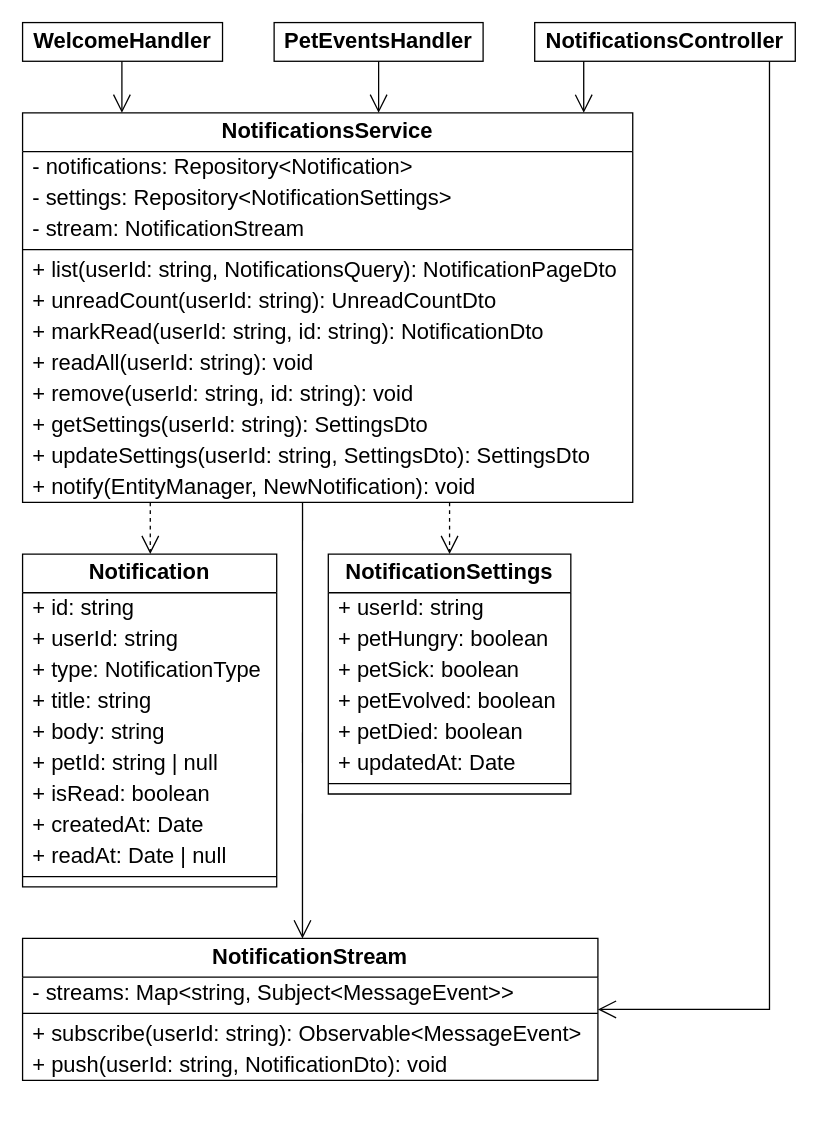
Shaherezada/tamagotchi keeps this draw.io diagram as page "Классы: notifications-service" (8 of 10) of docs/diagrams/Проектирование.drawio. Above is the earlier version. Source tidied: cells renumbered, new cells numbered last; positions are measured from the earlier drawing's top-left corner, leaving out a move shared by most shapes. Both pictures are drawn from the tidied source at 129%, with x=0, y=0 at pixel (22, 22).
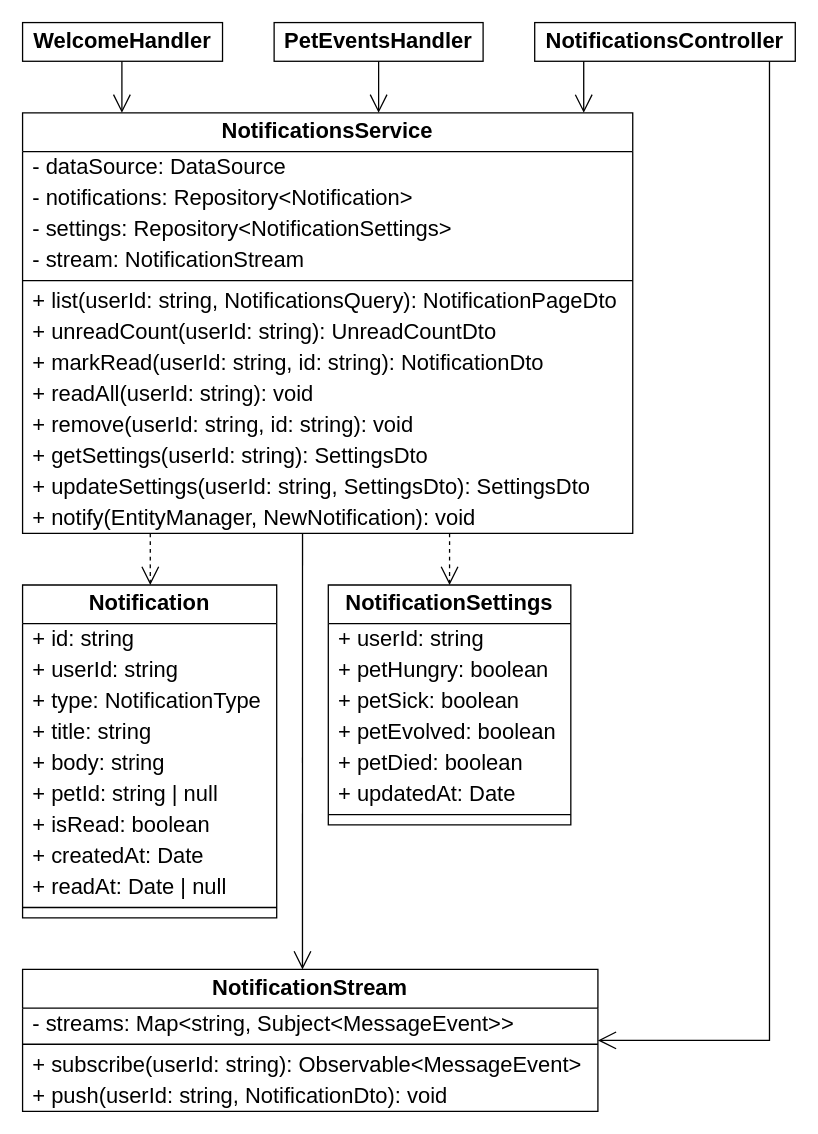
The same page after the edit.

Unchanged cells that the change refers to:
```xml
<mxCell id="4" value="&lt;b&gt;NotificationsController&lt;/b&gt;" style="rounded=0;whiteSpace=wrap;html=1;fillColor=#FFFFFF;fontStyle=0;strokeColor=#000000;fontColor=#000000;fontFamily=Arial;fontSize=17;" parent="1" vertex="1">
  <mxGeometry x="397" width="202" height="30" as="geometry" />
</mxCell>
```

What changed in the source:
```diff
@@
     <mxCell id="5" value="NotificationsService" style="swimlane;fontStyle=1;align=center;verticalAlign=middle;horizontal=1;startSize=30;whiteSpace=wrap;html=1;fillColor=#FFFFFF;swimlaneFillColor=#FFFFFF;strokeColor=#000000;fontColor=#000000;fontFamily=Arial;fontSize=17;" parent="1" vertex="1">
-      <mxGeometry y="70" width="473" height="302" as="geometry" />
+      <mxGeometry y="70" width="473" height="326" as="geometry" />
     </mxCell>
-    <mxCell id="6" value="- notifications: Repository&amp;lt;Notification&amp;gt;" style="text;strokeColor=none;fillColor=none;align=left;verticalAlign=middle;spacingLeft=6;spacingRight=4;overflow=hidden;whiteSpace=wrap;html=1;fontColor=#000000;fontFamily=Arial;fontSize=17;" parent="5" vertex="1">
+    <mxCell id="6" value="- dataSource: DataSource" style="text;strokeColor=none;fillColor=none;align=left;verticalAlign=middle;spacingLeft=6;spacingRight=4;overflow=hidden;whiteSpace=wrap;html=1;fontColor=#000000;fontFamily=Arial;fontSize=17;" parent="5" vertex="1">
       <mxGeometry y="30" width="473" height="24" as="geometry" />
     </mxCell>
-    <mxCell id="7" value="- settings: Repository&amp;lt;NotificationSettings&amp;gt;" style="text;strokeColor=none;fillColor=none;align=left;verticalAlign=middle;spacingLeft=6;spacingRight=4;overflow=hidden;whiteSpace=wrap;html=1;fontColor=#000000;fontFamily=Arial;fontSize=17;" parent="5" vertex="1">
+    <mxCell id="7" value="- notifications: Repository&amp;lt;Notification&amp;gt;" style="text;strokeColor=none;fillColor=none;align=left;verticalAlign=middle;spacingLeft=6;spacingRight=4;overflow=hidden;whiteSpace=wrap;html=1;fontColor=#000000;fontFamily=Arial;fontSize=17;" parent="5" vertex="1">
       <mxGeometry y="54" width="473" height="24" as="geometry" />
     </mxCell>
-    <mxCell id="8" value="- stream: NotificationStream" style="text;strokeColor=none;fillColor=none;align=left;verticalAlign=middle;spacingLeft=6;spacingRight=4;overflow=hidden;whiteSpace=wrap;html=1;fontColor=#000000;fontFamily=Arial;fontSize=17;" parent="5" vertex="1">
+    <mxCell id="8" value="- settings: Repository&amp;lt;NotificationSettings&amp;gt;" style="text;strokeColor=none;fillColor=none;align=left;verticalAlign=middle;spacingLeft=6;spacingRight=4;overflow=hidden;whiteSpace=wrap;html=1;fontColor=#000000;fontFamily=Arial;fontSize=17;" parent="5" vertex="1">
       <mxGeometry y="78" width="473" height="24" as="geometry" />
     </mxCell>
+    <mxCell id="51" value="- stream: NotificationStream" style="text;strokeColor=none;fillColor=none;align=left;verticalAlign=middle;spacingLeft=6;spacingRight=4;overflow=hidden;whiteSpace=wrap;html=1;fontColor=#000000;fontFamily=Arial;fontSize=17;" parent="5" vertex="1">
+      <mxGeometry y="102" width="473" height="24" as="geometry" />
+    </mxCell>
     <mxCell id="9" style="line;strokeWidth=1;fillColor=none;align=left;verticalAlign=middle;spacingTop=-1;spacingLeft=3;spacingRight=3;labelPosition=right;strokeColor=#000000;" parent="5" vertex="1">
-      <mxGeometry y="102" width="473" height="8" as="geometry" />
+      <mxGeometry y="126" width="473" height="8" as="geometry" />
     </mxCell>
     <mxCell id="10" value="+ list(userId: string, NotificationsQuery): NotificationPageDto" style="text;strokeColor=none;fillColor=none;align=left;verticalAlign=middle;spacingLeft=6;spacingRight=4;overflow=hidden;whiteSpace=wrap;html=1;fontColor=#000000;fontFamily=Arial;fontSize=17;" parent="5" vertex="1">
-      <mxGeometry y="110" width="473" height="24" as="geometry" />
+      <mxGeometry y="134" width="473" height="24" as="geometry" />
     </mxCell>
     <mxCell id="11" value="+ unreadCount(userId: string): UnreadCountDto" style="text;strokeColor=none;fillColor=none;align=left;verticalAlign=middle;spacingLeft=6;spacingRight=4;overflow=hidden;whiteSpace=wrap;html=1;fontColor=#000000;fontFamily=Arial;fontSize=17;" parent="5" vertex="1">
-      <mxGeometry y="134" width="473" height="24" as="geometry" />
+      <mxGeometry y="158" width="473" height="24" as="geometry" />
     </mxCell>
     <mxCell id="12" value="+ markRead(userId: string, id: string): NotificationDto" style="text;strokeColor=none;fillColor=none;align=left;verticalAlign=middle;spacingLeft=6;spacingRight=4;overflow=hidden;whiteSpace=wrap;html=1;fontColor=#000000;fontFamily=Arial;fontSize=17;" parent="5" vertex="1">
-      <mxGeometry y="158" width="473" height="24" as="geometry" />
+      <mxGeometry y="182" width="473" height="24" as="geometry" />
     </mxCell>
     <mxCell id="13" value="+ readAll(userId: string): void" style="text;strokeColor=none;fillColor=none;align=left;verticalAlign=middle;spacingLeft=6;spacingRight=4;overflow=hidden;whiteSpace=wrap;html=1;fontColor=#000000;fontFamily=Arial;fontSize=17;" parent="5" vertex="1">
-      <mxGeometry y="182" width="473" height="24" as="geometry" />
+      <mxGeometry y="206" width="473" height="24" as="geometry" />
     </mxCell>
     <mxCell id="14" value="+ remove(userId: string, id: string): void" style="text;strokeColor=none;fillColor=none;align=left;verticalAlign=middle;spacingLeft=6;spacingRight=4;overflow=hidden;whiteSpace=wrap;html=1;fontColor=#000000;fontFamily=Arial;fontSize=17;" parent="5" vertex="1">
-      <mxGeometry y="206" width="473" height="24" as="geometry" />
+      <mxGeometry y="230" width="473" height="24" as="geometry" />
     </mxCell>
     <mxCell id="15" value="+ getSettings(userId: string): SettingsDto" style="text;strokeColor=none;fillColor=none;align=left;verticalAlign=middle;spacingLeft=6;spacingRight=4;overflow=hidden;whiteSpace=wrap;html=1;fontColor=#000000;fontFamily=Arial;fontSize=17;" parent="5" vertex="1">
-      <mxGeometry y="230" width="473" height="24" as="geometry" />
+      <mxGeometry y="254" width="473" height="24" as="geometry" />
     </mxCell>
     <mxCell id="16" value="+ updateSettings(userId: string, SettingsDto): SettingsDto" style="text;strokeColor=none;fillColor=none;align=left;verticalAlign=middle;spacingLeft=6;spacingRight=4;overflow=hidden;whiteSpace=wrap;html=1;fontColor=#000000;fontFamily=Arial;fontSize=17;" parent="5" vertex="1">
-      <mxGeometry y="254" width="473" height="24" as="geometry" />
+      <mxGeometry y="278" width="473" height="24" as="geometry" />
     </mxCell>
     <mxCell id="17" value="+ notify(EntityManager, NewNotification): void" style="text;strokeColor=none;fillColor=none;align=left;verticalAlign=middle;spacingLeft=6;spacingRight=4;overflow=hidden;whiteSpace=wrap;html=1;fontColor=#000000;fontFamily=Arial;fontSize=17;" parent="5" vertex="1">
-      <mxGeometry y="278" width="473" height="24" as="geometry" />
+      <mxGeometry y="302" width="473" height="24" as="geometry" />
     </mxCell>
@@
     <mxCell id="21" value="Notification" style="swimlane;fontStyle=1;align=center;verticalAlign=middle;horizontal=1;startSize=30;whiteSpace=wrap;html=1;fillColor=#FFFFFF;swimlaneFillColor=#FFFFFF;strokeColor=#000000;fontColor=#000000;fontFamily=Arial;fontSize=17;" parent="1" vertex="1">
-      <mxGeometry y="412" width="197" height="258" as="geometry" />
+      <mxGeometry y="436" width="197" height="258" as="geometry" />
     </mxCell>
@@
     <mxCell id="33" value="NotificationSettings" style="swimlane;fontStyle=1;align=center;verticalAlign=middle;horizontal=1;startSize=30;whiteSpace=wrap;html=1;fillColor=#FFFFFF;swimlaneFillColor=#FFFFFF;strokeColor=#000000;fontColor=#000000;fontFamily=Arial;fontSize=17;" parent="1" vertex="1">
-      <mxGeometry x="237" y="412" width="188" height="186" as="geometry" />
+      <mxGeometry x="237" y="436" width="188" height="186" as="geometry" />
     </mxCell>
@@
     <mxCell id="44" value="NotificationStream" style="swimlane;fontStyle=1;align=center;verticalAlign=middle;horizontal=1;startSize=30;whiteSpace=wrap;html=1;fillColor=#FFFFFF;swimlaneFillColor=#FFFFFF;strokeColor=#000000;fontColor=#000000;fontFamily=Arial;fontSize=17;" parent="1" vertex="1">
-      <mxGeometry y="710" width="446" height="110" as="geometry" />
+      <mxGeometry y="734" width="446" height="110" as="geometry" />
     </mxCell>
@@
     <mxCell id="50" style="html=1;rounded=0;edgeStyle=orthogonalEdgeStyle;strokeColor=#000000;fontColor=#000000;fontFamily=Arial;fontSize=17;endArrow=open;endSize=12;exitX=0.9010;exitY=1.0000;exitDx=0;exitDy=0;entryX=1.0000;entryY=0.5000;entryDx=0;entryDy=0;" parent="1" edge="1" source="4" target="44">
       <mxGeometry relative="1" as="geometry">
         <Array as="points">
-          <mxPoint x="579" y="765" />
+          <mxPoint x="579" y="789" />
         </Array>
       </mxGeometry>
     </mxCell>
```
